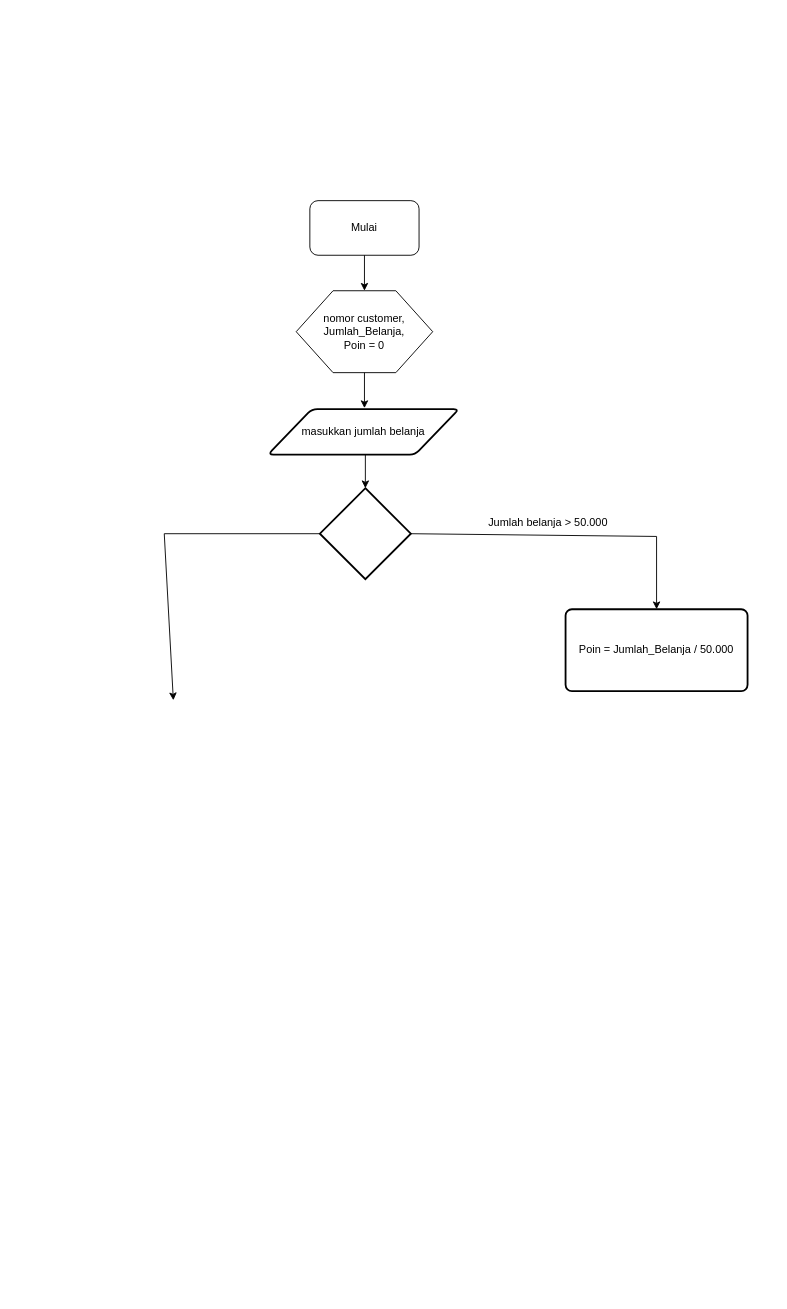
Above: pretest day 1 sqa.drawio in pijaru/praktikumsqa (draw.io), before the change. Source tidied: cells renumbered, new cells numbered last; positions are measured from the earlier drawing's top-left corner, leaving out a move shared by most shapes. Both pictures are drawn from the tidied source at 91%, with x=0, y=0 at pixel (164, 200).
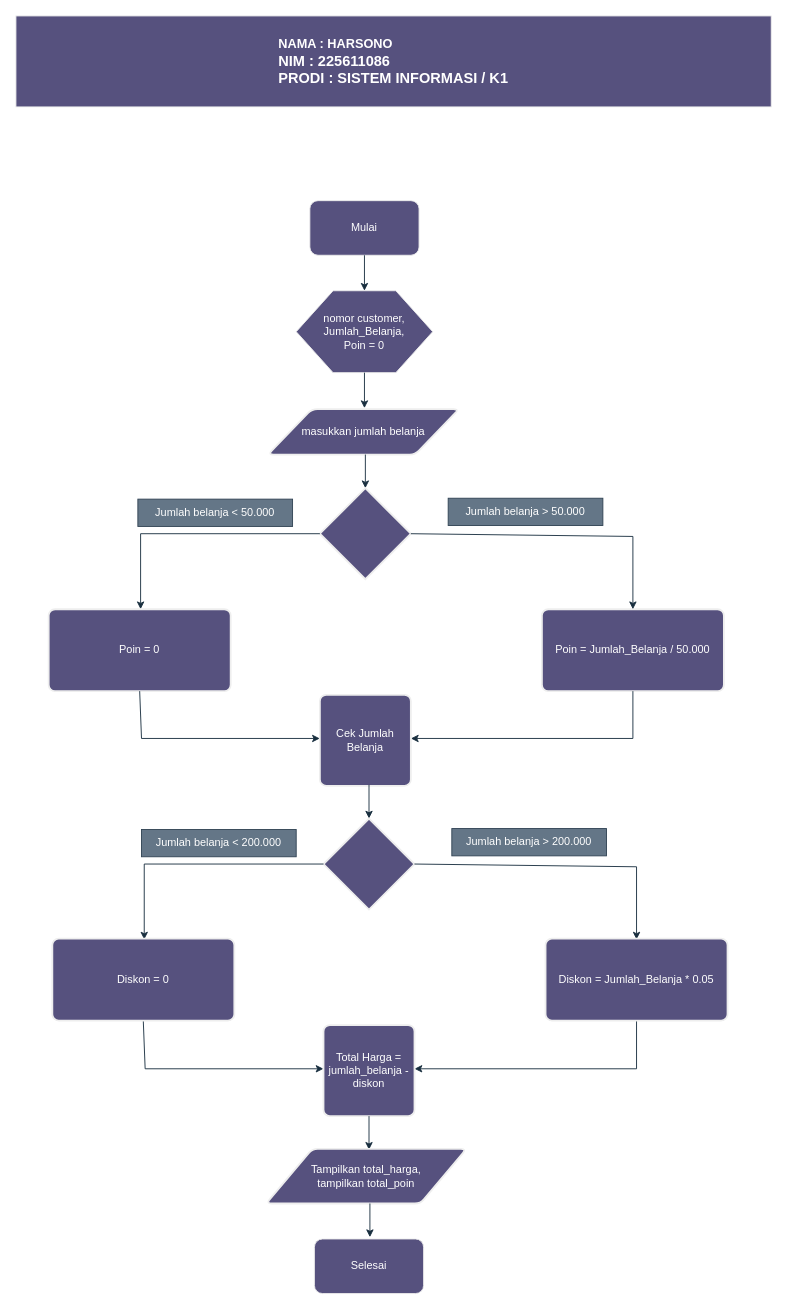
After the change.

The edit, as a diff of the source:
```diff
@@
-    <mxCell id="2" value="Mulai" style="rounded=1;whiteSpace=wrap;html=1;points=[[0,0,0,0,0],[0,0.25,0,0,0],[0,0.5,0,0,0],[0,0.75,0,0,0],[0,1,0,0,0],[0.25,0,0,0,0],[0.25,1,0,0,0],[0.5,0,0,0,0],[0.5,1,0,0,0],[0.75,0,0,0,0],[0.75,1,0,0,0],[1,0,0,0,0],[1,0.25,0,0,0],[1,0.5,0,0,0],[1,0.75,0,0,0],[1,1,0,0,0]];" parent="1" vertex="1">
+    <mxCell id="2" value="Mulai" style="rounded=1;whiteSpace=wrap;html=1;points=[[0,0,0,0,0],[0,0.25,0,0,0],[0,0.5,0,0,0],[0,0.75,0,0,0],[0,1,0,0,0],[0.25,0,0,0,0],[0.25,1,0,0,0],[0.5,0,0,0,0],[0.5,1,0,0,0],[0.75,0,0,0,0],[0.75,1,0,0,0],[1,0,0,0,0],[1,0.25,0,0,0],[1,0.5,0,0,0],[1,0.75,0,0,0],[1,1,0,0,0]];labelBackgroundColor=none;fillColor=#56517E;strokeColor=#EEEEEE;fontColor=#FFFFFF;" parent="1" vertex="1">
       <mxGeometry x="160" width="120" height="60" as="geometry" />
     </mxCell>
-    <mxCell id="3" value="masukkan jumlah belanja" style="shape=parallelogram;html=1;strokeWidth=2;perimeter=parallelogramPerimeter;whiteSpace=wrap;rounded=1;arcSize=12;size=0.23;" parent="1" vertex="1">
+    <mxCell id="3" value="masukkan jumlah belanja" style="shape=parallelogram;html=1;strokeWidth=2;perimeter=parallelogramPerimeter;whiteSpace=wrap;rounded=1;arcSize=12;size=0.23;labelBackgroundColor=none;fillColor=#56517E;strokeColor=#EEEEEE;fontColor=#FFFFFF;" parent="1" vertex="1">
       <mxGeometry x="114" y="229" width="210" height="50" as="geometry" />
     </mxCell>
-    <mxCell id="4" style="group;" parent="1" vertex="1">
+    <mxCell id="4" style="group;labelBackgroundColor=none;fontColor=#FFFFFF;" parent="1" vertex="1">
       <mxGeometry x="145" y="99" width="150" height="90" as="geometry" />
     </mxCell>
-    <mxCell id="5" style="verticalLabelPosition=bottom;verticalAlign=top;html=1;shape=hexagon;perimeter=hexagonPerimeter2;arcSize=6;size=0.27;" parent="4" vertex="1">
+    <mxCell id="5" style="verticalLabelPosition=bottom;verticalAlign=top;html=1;shape=hexagon;perimeter=hexagonPerimeter2;arcSize=6;size=0.27;labelBackgroundColor=none;fillColor=#56517E;strokeColor=#EEEEEE;fontColor=#FFFFFF;" parent="4" vertex="1">
       <mxGeometry width="150" height="90" as="geometry" />
     </mxCell>
-    <mxCell id="6" value="&lt;div&gt;nomor customer,&lt;/div&gt;&lt;div&gt;Jumlah_Belanja,&lt;/div&gt;&lt;div&gt;Poin = 0&lt;/div&gt;" style="text;strokeColor=none;align=center;fillColor=none;html=1;verticalAlign=middle;whiteSpace=wrap;rounded=0;" parent="4" vertex="1">
+    <mxCell id="6" value="&lt;div&gt;nomor customer,&lt;/div&gt;&lt;div&gt;Jumlah_Belanja,&lt;/div&gt;&lt;div&gt;Poin = 0&lt;/div&gt;" style="text;strokeColor=none;align=center;fillColor=none;html=1;verticalAlign=middle;whiteSpace=wrap;rounded=0;labelBackgroundColor=none;fontColor=#FFFFFF;" parent="4" vertex="1">
       <mxGeometry x="25" y="20" width="100" height="50" as="geometry" />
     </mxCell>
-    <mxCell id="7" style="endArrow=classic;html=1;rounded=0;" parent="1" edge="1" source="2" target="5">
+    <mxCell id="7" style="endArrow=classic;html=1;rounded=0;labelBackgroundColor=none;strokeColor=#182E3E;fontColor=default;" parent="1" edge="1" source="2" target="5">
       <mxGeometry relative="1" as="geometry">
         <Array as="points">
           <mxPoint x="220" y="99" />
         </Array>
       </mxGeometry>
     </mxCell>
-    <mxCell id="8" style="endArrow=classic;html=1;rounded=0;" parent="1" edge="1">
+    <mxCell id="8" style="endArrow=classic;html=1;rounded=0;labelBackgroundColor=none;strokeColor=#182E3E;fontColor=default;" parent="1" edge="1">
       <mxGeometry relative="1" as="geometry">
         <mxPoint x="220" y="189" as="sourcePoint" />
         <mxPoint x="220" y="228" as="targetPoint" />
         <Array as="points">
           <mxPoint x="220" y="228" />
         </Array>
       </mxGeometry>
     </mxCell>
-    <mxCell id="9" value="Poin = Jumlah_Belanja / 50.000" style="rounded=1;whiteSpace=wrap;html=1;absoluteArcSize=1;arcSize=14;strokeWidth=2;" parent="1" vertex="1">
-      <mxGeometry x="441" y="449" width="200" height="90" as="geometry" />
+    <mxCell id="9" value="Poin = Jumlah_Belanja / 50.000" style="rounded=1;whiteSpace=wrap;html=1;absoluteArcSize=1;arcSize=14;strokeWidth=2;labelBackgroundColor=none;fillColor=#56517E;strokeColor=#EEEEEE;fontColor=#FFFFFF;" parent="1" vertex="1">
+      <mxGeometry x="415" y="449" width="200" height="90" as="geometry" />
     </mxCell>
-    <mxCell id="10" style="endArrow=classic;html=1;rounded=0;" parent="1" edge="1">
+    <mxCell id="10" style="endArrow=classic;html=1;rounded=0;labelBackgroundColor=none;strokeColor=#182E3E;fontColor=default;" parent="1" edge="1">
       <mxGeometry relative="1" as="geometry">
         <mxPoint x="221" y="279" as="sourcePoint" />
         <mxPoint x="221" y="316" as="targetPoint" />
         <Array as="points">
           <mxPoint x="221" y="316" />
         </Array>
       </mxGeometry>
     </mxCell>
-    <mxCell id="11" style="strokeWidth=2;html=1;shape=mxgraph.flowchart.decision;whiteSpace=wrap;" parent="1" vertex="1">
+    <mxCell id="11" style="strokeWidth=2;html=1;shape=mxgraph.flowchart.decision;whiteSpace=wrap;labelBackgroundColor=none;fillColor=#56517E;strokeColor=#EEEEEE;fontColor=#FFFFFF;" parent="1" vertex="1">
       <mxGeometry x="171" y="316" width="100" height="100" as="geometry" />
     </mxCell>
-    <mxCell id="12" style="endArrow=classic;html=1;rounded=0;entryX=0.5;entryY=0;entryDx=0;entryDy=0;exitX=1;exitY=0.5;exitDx=0;exitDy=0;exitPerimeter=0;" parent="1" edge="1" source="11" target="9">
+    <mxCell id="12" style="endArrow=classic;html=1;rounded=0;entryX=0.5;entryY=0;entryDx=0;entryDy=0;labelBackgroundColor=none;strokeColor=#182E3E;fontColor=default;exitX=1;exitY=0.5;exitDx=0;exitDy=0;exitPerimeter=0;" parent="1" edge="1" source="11" target="9">
       <mxGeometry relative="1" as="geometry">
         <Array as="points">
-          <mxPoint x="541" y="369" />
+          <mxPoint x="515" y="369" />
         </Array>
       </mxGeometry>
     </mxCell>
-    <mxCell id="13" value="Jumlah belanja &amp;gt; 50.000" style="text;strokeColor=none;align=center;fillColor=none;html=1;verticalAlign=middle;whiteSpace=wrap;rounded=0;" parent="1" vertex="1">
-      <mxGeometry x="337" y="339" width="170" height="30" as="geometry" />
+    <mxCell id="13" value="Jumlah belanja &amp;gt; 50.000" style="text;strokeColor=#314354;align=center;fillColor=#647687;html=1;verticalAlign=middle;whiteSpace=wrap;rounded=0;labelBackgroundColor=none;fontColor=#ffffff;" parent="1" vertex="1">
+      <mxGeometry x="312" y="327" width="170" height="30" as="geometry" />
     </mxCell>
-    <mxCell id="14" style="endArrow=classic;html=1;rounded=0;exitX=0;exitY=0.5;exitDx=0;exitDy=0;exitPerimeter=0;" parent="1" edge="1" source="11">
+    <mxCell id="14" style="endArrow=classic;html=1;rounded=0;exitX=0;exitY=0.5;exitDx=0;exitDy=0;exitPerimeter=0;labelBackgroundColor=none;strokeColor=#182E3E;fontColor=default;" parent="1" edge="1" source="11">
       <mxGeometry relative="1" as="geometry">
-        <mxPoint x="10" y="549" as="targetPoint" />
+        <mxPoint x="-26" y="449" as="targetPoint" />
         <Array as="points">
-          <mxPoint y="366" />
+          <mxPoint x="-26" y="366" />
         </Array>
       </mxGeometry>
     </mxCell>
+    <mxCell id="15" value="Poin = 0" style="rounded=1;whiteSpace=wrap;html=1;absoluteArcSize=1;arcSize=14;strokeWidth=2;labelBackgroundColor=none;fillColor=#56517E;strokeColor=#EEEEEE;fontColor=#FFFFFF;" parent="1" vertex="1">
+      <mxGeometry x="-127" y="449" width="200" height="90" as="geometry" />
+    </mxCell>
+    <mxCell id="16" value="Jumlah belanja &amp;lt; 50.000" style="text;strokeColor=#314354;align=center;fillColor=#647687;html=1;verticalAlign=middle;whiteSpace=wrap;rounded=0;labelBackgroundColor=none;fontColor=#ffffff;" parent="1" vertex="1">
+      <mxGeometry x="-29" y="328" width="170" height="30" as="geometry" />
+    </mxCell>
+    <mxCell id="17" style="endArrow=classic;html=1;rounded=0;labelBackgroundColor=none;strokeColor=#182E3E;fontColor=default;exitX=0.5;exitY=1;exitDx=0;exitDy=0;entryX=0;entryY=0.5;entryDx=0;entryDy=0;entryPerimeter=0;" parent="1" edge="1" source="15">
+      <mxGeometry relative="1" as="geometry">
+        <mxPoint x="171" y="591" as="targetPoint" />
+        <Array as="points">
+          <mxPoint x="-25" y="591" />
+        </Array>
+      </mxGeometry>
+    </mxCell>
+    <mxCell id="18" style="endArrow=classic;html=1;rounded=0;exitX=0.5;exitY=1;exitDx=0;exitDy=0;labelBackgroundColor=none;strokeColor=#182E3E;fontColor=default;entryX=1;entryY=0.5;entryDx=0;entryDy=0;entryPerimeter=0;" parent="1" edge="1" source="9">
+      <mxGeometry relative="1" as="geometry">
+        <mxPoint x="271" y="591" as="targetPoint" />
+        <Array as="points">
+          <mxPoint x="515" y="591" />
+        </Array>
+      </mxGeometry>
+    </mxCell>
+    <mxCell id="19" value="Cek Jumlah Belanja" style="rounded=1;whiteSpace=wrap;html=1;absoluteArcSize=1;arcSize=14;strokeWidth=2;strokeColor=#EEEEEE;fontColor=#FFFFFF;fillColor=#56517E;" parent="1" vertex="1">
+      <mxGeometry x="171" y="543" width="100" height="100" as="geometry" />
+    </mxCell>
+    <mxCell id="20" style="endArrow=classic;html=1;rounded=0;labelBackgroundColor=none;strokeColor=#182E3E;fontColor=default;" parent="1" edge="1">
+      <mxGeometry relative="1" as="geometry">
+        <mxPoint x="225" y="642" as="sourcePoint" />
+        <mxPoint x="225" y="679" as="targetPoint" />
+        <Array as="points">
+          <mxPoint x="225" y="679" />
+        </Array>
+      </mxGeometry>
+    </mxCell>
+    <mxCell id="21" style="strokeWidth=2;html=1;shape=mxgraph.flowchart.decision;whiteSpace=wrap;labelBackgroundColor=none;fillColor=#56517E;strokeColor=#EEEEEE;fontColor=#FFFFFF;" parent="1" vertex="1">
+      <mxGeometry x="175" y="679" width="100" height="100" as="geometry" />
+    </mxCell>
+    <mxCell id="22" style="endArrow=classic;html=1;rounded=0;entryX=0.5;entryY=0;entryDx=0;entryDy=0;labelBackgroundColor=none;strokeColor=#182E3E;fontColor=default;exitX=1;exitY=0.5;exitDx=0;exitDy=0;exitPerimeter=0;" parent="1" edge="1">
+      <mxGeometry relative="1" as="geometry">
+        <mxPoint x="275" y="729" as="sourcePoint" />
+        <mxPoint x="519" y="812" as="targetPoint" />
+        <Array as="points">
+          <mxPoint x="519" y="732" />
+        </Array>
+      </mxGeometry>
+    </mxCell>
+    <mxCell id="23" value="Jumlah belanja &amp;gt; 200.000" style="text;strokeColor=#314354;align=center;fillColor=#647687;html=1;verticalAlign=middle;whiteSpace=wrap;rounded=0;labelBackgroundColor=none;fontColor=#ffffff;" parent="1" vertex="1">
+      <mxGeometry x="316" y="690" width="170" height="30" as="geometry" />
+    </mxCell>
+    <mxCell id="24" style="endArrow=classic;html=1;rounded=0;exitX=0;exitY=0.5;exitDx=0;exitDy=0;exitPerimeter=0;labelBackgroundColor=none;strokeColor=#182E3E;fontColor=default;" parent="1" edge="1">
+      <mxGeometry relative="1" as="geometry">
+        <mxPoint x="175" y="729" as="sourcePoint" />
+        <mxPoint x="-22" y="812" as="targetPoint" />
+        <Array as="points">
+          <mxPoint x="-22" y="729" />
+        </Array>
+      </mxGeometry>
+    </mxCell>
+    <mxCell id="25" value="Jumlah belanja &amp;lt; 200.000" style="text;strokeColor=#314354;align=center;fillColor=#647687;html=1;verticalAlign=middle;whiteSpace=wrap;rounded=0;labelBackgroundColor=none;fontColor=#ffffff;" parent="1" vertex="1">
+      <mxGeometry x="-25" y="691" width="170" height="30" as="geometry" />
+    </mxCell>
+    <mxCell id="26" value="Diskon = Jumlah_Belanja * 0.05" style="rounded=1;whiteSpace=wrap;html=1;absoluteArcSize=1;arcSize=14;strokeWidth=2;labelBackgroundColor=none;fillColor=#56517E;strokeColor=#EEEEEE;fontColor=#FFFFFF;" parent="1" vertex="1">
+      <mxGeometry x="419" y="811" width="200" height="90" as="geometry" />
+    </mxCell>
+    <mxCell id="27" value="Diskon = 0" style="rounded=1;whiteSpace=wrap;html=1;absoluteArcSize=1;arcSize=14;strokeWidth=2;labelBackgroundColor=none;fillColor=#56517E;strokeColor=#EEEEEE;fontColor=#FFFFFF;" parent="1" vertex="1">
+      <mxGeometry x="-123" y="811" width="200" height="90" as="geometry" />
+    </mxCell>
+    <mxCell id="28" style="endArrow=classic;html=1;rounded=0;labelBackgroundColor=none;strokeColor=#182E3E;fontColor=default;exitX=0.5;exitY=1;exitDx=0;exitDy=0;entryX=0;entryY=0.5;entryDx=0;entryDy=0;entryPerimeter=0;" parent="1" edge="1">
+      <mxGeometry relative="1" as="geometry">
+        <mxPoint x="-23" y="902" as="sourcePoint" />
+        <mxPoint x="175" y="954" as="targetPoint" />
+        <Array as="points">
+          <mxPoint x="-21" y="954" />
+        </Array>
+      </mxGeometry>
+    </mxCell>
+    <mxCell id="29" style="endArrow=classic;html=1;rounded=0;exitX=0.5;exitY=1;exitDx=0;exitDy=0;labelBackgroundColor=none;strokeColor=#182E3E;fontColor=default;entryX=1;entryY=0.5;entryDx=0;entryDy=0;entryPerimeter=0;" parent="1" edge="1">
+      <mxGeometry relative="1" as="geometry">
+        <mxPoint x="519" y="902" as="sourcePoint" />
+        <mxPoint x="275" y="954" as="targetPoint" />
+        <Array as="points">
+          <mxPoint x="519" y="954" />
+        </Array>
+      </mxGeometry>
+    </mxCell>
+    <mxCell id="30" value="Total Harga = jumlah_belanja - diskon" style="rounded=1;whiteSpace=wrap;html=1;absoluteArcSize=1;arcSize=14;strokeWidth=2;strokeColor=#EEEEEE;fontColor=#FFFFFF;fillColor=#56517E;" parent="1" vertex="1">
+      <mxGeometry x="175" y="906" width="100" height="100" as="geometry" />
+    </mxCell>
+    <mxCell id="31" style="endArrow=classic;html=1;rounded=0;labelBackgroundColor=none;strokeColor=#182E3E;fontColor=default;" parent="1" edge="1">
+      <mxGeometry relative="1" as="geometry">
+        <mxPoint x="225" y="1006" as="sourcePoint" />
+        <mxPoint x="225" y="1043" as="targetPoint" />
+        <Array as="points">
+          <mxPoint x="225" y="1043" />
+        </Array>
+      </mxGeometry>
+    </mxCell>
+    <mxCell id="32" value="Tampilkan total_harga,&lt;br&gt;tampilkan total_poin" style="shape=parallelogram;html=1;strokeWidth=2;perimeter=parallelogramPerimeter;whiteSpace=wrap;rounded=1;arcSize=12;size=0.23;strokeColor=#EEEEEE;fontColor=#FFFFFF;fillColor=#56517E;" parent="1" vertex="1">
+      <mxGeometry x="112" y="1042" width="220" height="60" as="geometry" />
+    </mxCell>
+    <mxCell id="33" style="endArrow=classic;html=1;rounded=0;labelBackgroundColor=none;strokeColor=#182E3E;fontColor=default;" parent="1" edge="1">
+      <mxGeometry relative="1" as="geometry">
+        <mxPoint x="226" y="1102" as="sourcePoint" />
+        <mxPoint x="226" y="1139" as="targetPoint" />
+        <Array as="points">
+          <mxPoint x="226" y="1139" />
+        </Array>
+      </mxGeometry>
+    </mxCell>
+    <mxCell id="34" value="Selesai" style="rounded=1;whiteSpace=wrap;html=1;labelBackgroundColor=none;fillColor=#56517E;strokeColor=#EEEEEE;fontColor=#FFFFFF;" parent="1" vertex="1">
+      <mxGeometry x="165" y="1141" width="120" height="60" as="geometry" />
+    </mxCell>
+    <mxCell id="35" value="&lt;div style=&quot;text-align: left;&quot;&gt;&lt;span style=&quot;background-color: initial;&quot;&gt;&lt;font style=&quot;font-size: 14px;&quot;&gt;&lt;b style=&quot;&quot;&gt;NAMA : HARSONO&lt;/b&gt;&lt;/font&gt;&lt;/span&gt;&lt;/div&gt;&lt;div style=&quot;text-align: left;&quot;&gt;&lt;span style=&quot;background-color: initial;&quot;&gt;&lt;font size=&quot;3&quot;&gt;&lt;b&gt;NIM : 225611086&lt;/b&gt;&lt;/font&gt;&lt;/span&gt;&lt;/div&gt;&lt;div style=&quot;text-align: left;&quot;&gt;&lt;span style=&quot;background-color: initial;&quot;&gt;&lt;font size=&quot;3&quot;&gt;&lt;b&gt;PRODI : SISTEM INFORMASI / K1&lt;/b&gt;&lt;/font&gt;&lt;/span&gt;&lt;/div&gt;" style="rounded=0;whiteSpace=wrap;html=1;strokeColor=#EEEEEE;fontColor=#FFFFFF;fillColor=#56517E;" parent="1" vertex="1">
+      <mxGeometry x="-163" y="-203" width="830" height="100" as="geometry" />
+    </mxCell>
```
